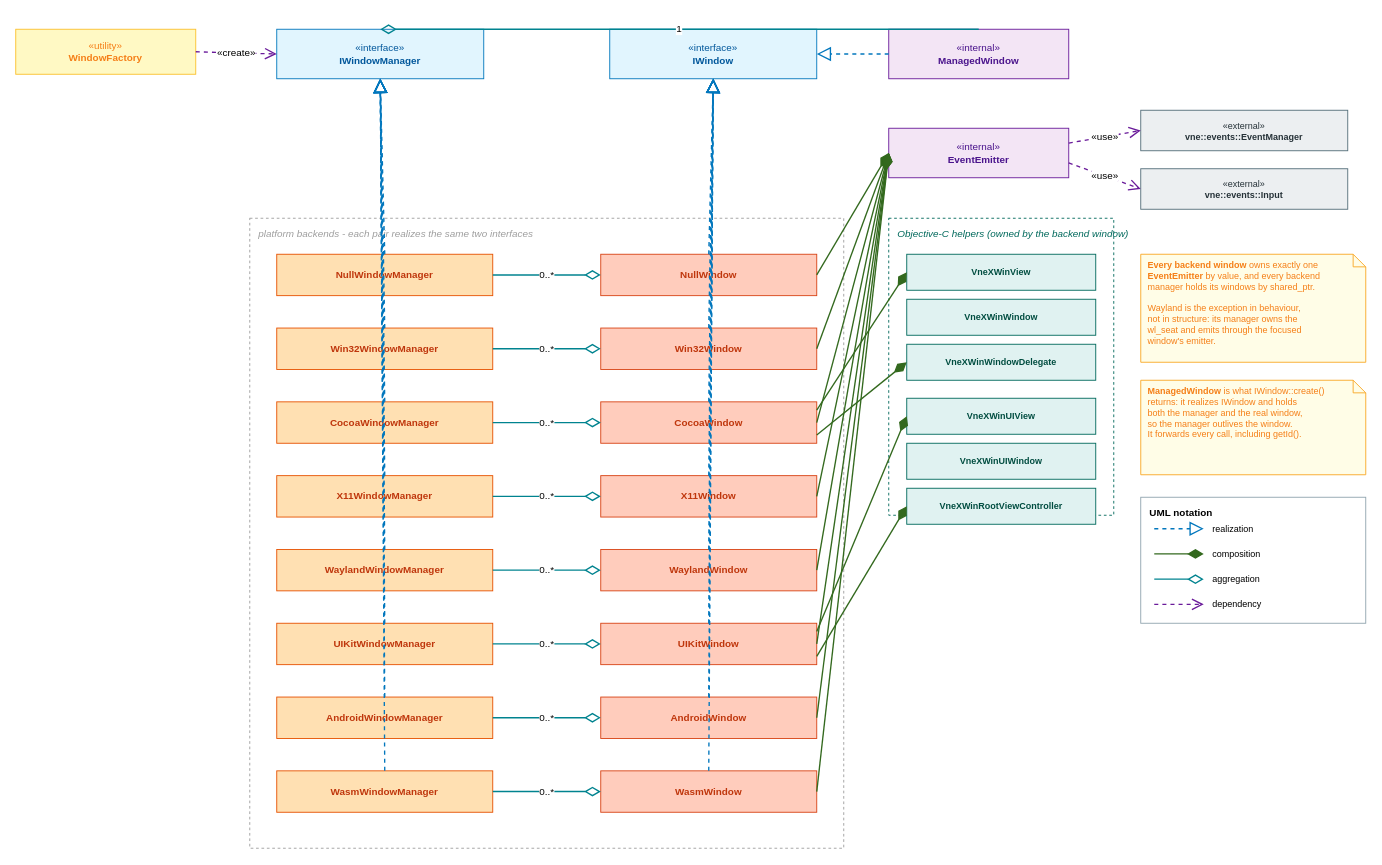
Earlier version of the draw.io diagram docs/vertexnova/xwin/diagrams/backend_classes.drawio (vertexnova/vnewindow). Source tidied: cells renumbered, new cells numbered last; positions are measured from the earlier drawing's top-left corner, leaving out a move shared by most shapes. Both pictures are drawn from the tidied source at 90%, with x=0, y=0 at pixel (15, 29).
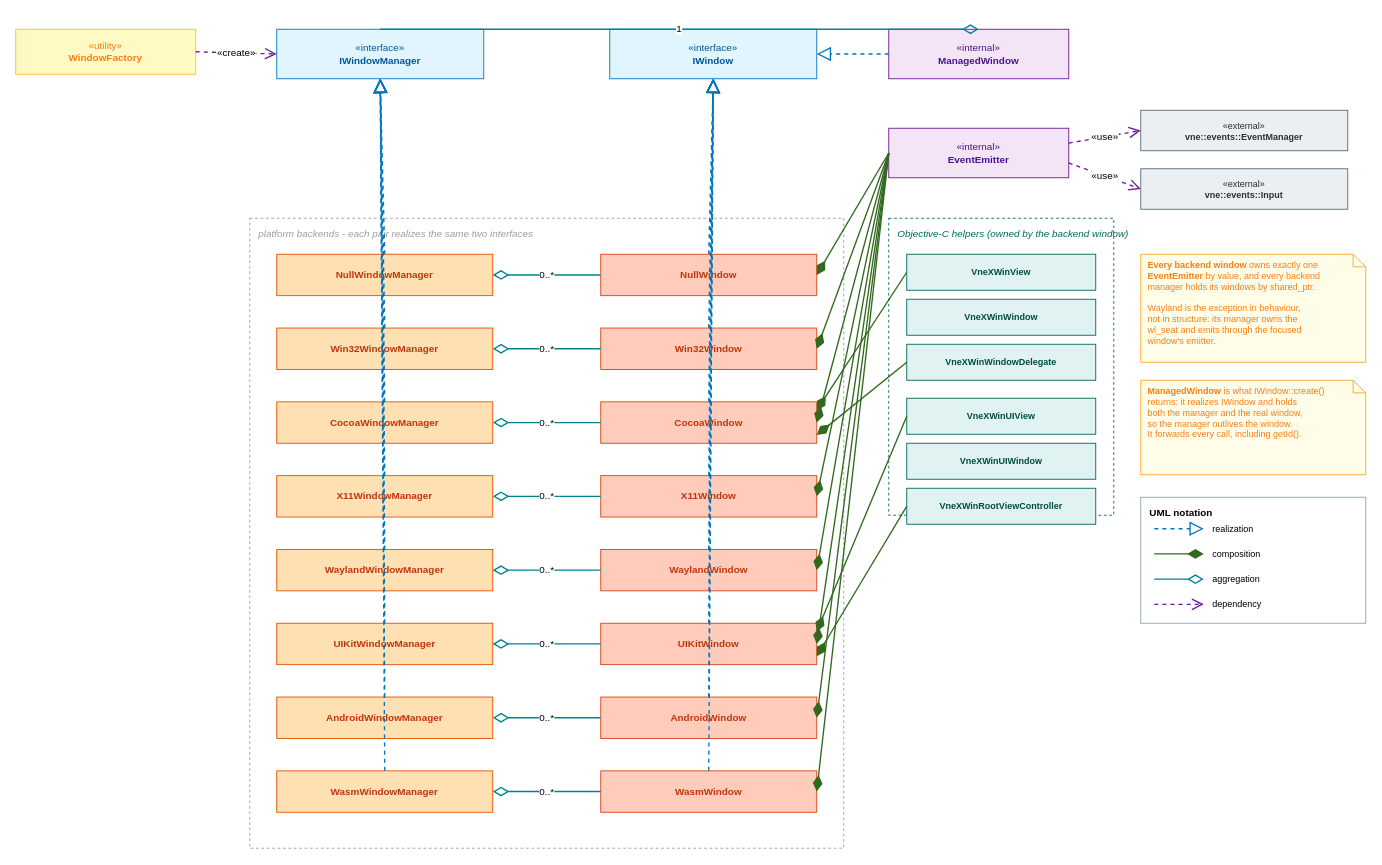
Above is the later version.

Commit message (it also covers changes not shown here):
fix(diagrams): update arrow styles and improve diagram clarity

Unchanged cells that the change refers to:
```xml
<mxCell id="3" value="&amp;#171;interface&amp;#187;&lt;br/&gt;&lt;b&gt;IWindowManager&lt;/b&gt;" style="html=1;whiteSpace=wrap;rounded=0;align=center;verticalAlign=middle;fontSize=11;fillColor=#e1f5fe;strokeColor=#0277bd;fontColor=#01579b;" parent="1" vertex="1">
  <mxGeometry x="290" width="230" height="55" as="geometry" />
</mxCell>
<mxCell id="5" value="&amp;#171;internal&amp;#187;&lt;br/&gt;&lt;b&gt;ManagedWindow&lt;/b&gt;" style="html=1;whiteSpace=wrap;rounded=0;align=center;verticalAlign=middle;fontSize=11;fillColor=#f3e5f5;strokeColor=#6a1b9a;fontColor=#4a148c;" parent="1" vertex="1">
  <mxGeometry x="970" width="200" height="55" as="geometry" />
</mxCell>
<mxCell id="6" value="&amp;#171;internal&amp;#187;&lt;br/&gt;&lt;b&gt;EventEmitter&lt;/b&gt;" style="html=1;whiteSpace=wrap;rounded=0;align=center;verticalAlign=middle;fontSize=11;fillColor=#f3e5f5;strokeColor=#6a1b9a;fontColor=#4a148c;" parent="1" vertex="1">
  <mxGeometry x="970" y="110" width="200" height="55" as="geometry" />
</mxCell>
<mxCell id="10" value="&lt;b&gt;NullWindowManager&lt;/b&gt;" style="html=1;whiteSpace=wrap;rounded=0;align=center;verticalAlign=middle;fontSize=11;fillColor=#ffe0b2;strokeColor=#e65100;fontColor=#bf360c;" parent="1" vertex="1">
  <mxGeometry x="290" y="250" width="240" height="46" as="geometry" />
</mxCell>
<mxCell id="11" value="&lt;b&gt;NullWindow&lt;/b&gt;" style="html=1;whiteSpace=wrap;rounded=0;align=center;verticalAlign=middle;fontSize=11;fillColor=#ffccbc;strokeColor=#d84315;fontColor=#bf360c;" parent="1" vertex="1">
  <mxGeometry x="650" y="250" width="240" height="46" as="geometry" />
</mxCell>
<mxCell id="16" value="&lt;b&gt;Win32WindowManager&lt;/b&gt;" style="html=1;whiteSpace=wrap;rounded=0;align=center;verticalAlign=middle;fontSize=11;fillColor=#ffe0b2;strokeColor=#e65100;fontColor=#bf360c;" parent="1" vertex="1">
  <mxGeometry x="290" y="332" width="240" height="46" as="geometry" />
</mxCell>
<mxCell id="17" value="&lt;b&gt;Win32Window&lt;/b&gt;" style="html=1;whiteSpace=wrap;rounded=0;align=center;verticalAlign=middle;fontSize=11;fillColor=#ffccbc;strokeColor=#d84315;fontColor=#bf360c;" parent="1" vertex="1">
  <mxGeometry x="650" y="332" width="240" height="46" as="geometry" />
</mxCell>
<mxCell id="22" value="&lt;b&gt;CocoaWindowManager&lt;/b&gt;" style="html=1;whiteSpace=wrap;rounded=0;align=center;verticalAlign=middle;fontSize=11;fillColor=#ffe0b2;strokeColor=#e65100;fontColor=#bf360c;" parent="1" vertex="1">
  <mxGeometry x="290" y="414" width="240" height="46" as="geometry" />
</mxCell>
<mxCell id="23" value="&lt;b&gt;CocoaWindow&lt;/b&gt;" style="html=1;whiteSpace=wrap;rounded=0;align=center;verticalAlign=middle;fontSize=11;fillColor=#ffccbc;strokeColor=#d84315;fontColor=#bf360c;" parent="1" vertex="1">
  <mxGeometry x="650" y="414" width="240" height="46" as="geometry" />
</mxCell>
<mxCell id="28" value="&lt;b&gt;X11WindowManager&lt;/b&gt;" style="html=1;whiteSpace=wrap;rounded=0;align=center;verticalAlign=middle;fontSize=11;fillColor=#ffe0b2;strokeColor=#e65100;fontColor=#bf360c;" parent="1" vertex="1">
  <mxGeometry x="290" y="496" width="240" height="46" as="geometry" />
</mxCell>
<mxCell id="29" value="&lt;b&gt;X11Window&lt;/b&gt;" style="html=1;whiteSpace=wrap;rounded=0;align=center;verticalAlign=middle;fontSize=11;fillColor=#ffccbc;strokeColor=#d84315;fontColor=#bf360c;" parent="1" vertex="1">
  <mxGeometry x="650" y="496" width="240" height="46" as="geometry" />
</mxCell>
<mxCell id="34" value="&lt;b&gt;WaylandWindowManager&lt;/b&gt;" style="html=1;whiteSpace=wrap;rounded=0;align=center;verticalAlign=middle;fontSize=11;fillColor=#ffe0b2;strokeColor=#e65100;fontColor=#bf360c;" parent="1" vertex="1">
  <mxGeometry x="290" y="578" width="240" height="46" as="geometry" />
</mxCell>
<mxCell id="35" value="&lt;b&gt;WaylandWindow&lt;/b&gt;" style="html=1;whiteSpace=wrap;rounded=0;align=center;verticalAlign=middle;fontSize=11;fillColor=#ffccbc;strokeColor=#d84315;fontColor=#bf360c;" parent="1" vertex="1">
  <mxGeometry x="650" y="578" width="240" height="46" as="geometry" />
</mxCell>
<mxCell id="40" value="&lt;b&gt;UIKitWindowManager&lt;/b&gt;" style="html=1;whiteSpace=wrap;rounded=0;align=center;verticalAlign=middle;fontSize=11;fillColor=#ffe0b2;strokeColor=#e65100;fontColor=#bf360c;" parent="1" vertex="1">
  <mxGeometry x="290" y="660" width="240" height="46" as="geometry" />
</mxCell>
<mxCell id="41" value="&lt;b&gt;UIKitWindow&lt;/b&gt;" style="html=1;whiteSpace=wrap;rounded=0;align=center;verticalAlign=middle;fontSize=11;fillColor=#ffccbc;strokeColor=#d84315;fontColor=#bf360c;" parent="1" vertex="1">
  <mxGeometry x="650" y="660" width="240" height="46" as="geometry" />
</mxCell>
<mxCell id="46" value="&lt;b&gt;AndroidWindowManager&lt;/b&gt;" style="html=1;whiteSpace=wrap;rounded=0;align=center;verticalAlign=middle;fontSize=11;fillColor=#ffe0b2;strokeColor=#e65100;fontColor=#bf360c;" parent="1" vertex="1">
  <mxGeometry x="290" y="742" width="240" height="46" as="geometry" />
</mxCell>
<mxCell id="47" value="&lt;b&gt;AndroidWindow&lt;/b&gt;" style="html=1;whiteSpace=wrap;rounded=0;align=center;verticalAlign=middle;fontSize=11;fillColor=#ffccbc;strokeColor=#d84315;fontColor=#bf360c;" parent="1" vertex="1">
  <mxGeometry x="650" y="742" width="240" height="46" as="geometry" />
</mxCell>
<mxCell id="52" value="&lt;b&gt;WasmWindowManager&lt;/b&gt;" style="html=1;whiteSpace=wrap;rounded=0;align=center;verticalAlign=middle;fontSize=11;fillColor=#ffe0b2;strokeColor=#e65100;fontColor=#bf360c;" parent="1" vertex="1">
  <mxGeometry x="290" y="824" width="240" height="46" as="geometry" />
</mxCell>
<mxCell id="53" value="&lt;b&gt;WasmWindow&lt;/b&gt;" style="html=1;whiteSpace=wrap;rounded=0;align=center;verticalAlign=middle;fontSize=11;fillColor=#ffccbc;strokeColor=#d84315;fontColor=#bf360c;" parent="1" vertex="1">
  <mxGeometry x="650" y="824" width="240" height="46" as="geometry" />
</mxCell>
<mxCell id="59" value="&lt;b&gt;VneXWinView&lt;/b&gt;" style="html=1;whiteSpace=wrap;rounded=0;align=center;verticalAlign=middle;fontSize=10;fillColor=#e0f2f1;strokeColor=#00695c;fontColor=#004d40;" parent="1" vertex="1">
  <mxGeometry x="990" y="250" width="210" height="40" as="geometry" />
</mxCell>
<mxCell id="61" value="&lt;b&gt;VneXWinWindowDelegate&lt;/b&gt;" style="html=1;whiteSpace=wrap;rounded=0;align=center;verticalAlign=middle;fontSize=10;fillColor=#e0f2f1;strokeColor=#00695c;fontColor=#004d40;" parent="1" vertex="1">
  <mxGeometry x="990" y="350" width="210" height="40" as="geometry" />
</mxCell>
<mxCell id="62" value="&lt;b&gt;VneXWinUIView&lt;/b&gt;" style="html=1;whiteSpace=wrap;rounded=0;align=center;verticalAlign=middle;fontSize=10;fillColor=#e0f2f1;strokeColor=#00695c;fontColor=#004d40;" parent="1" vertex="1">
  <mxGeometry x="990" y="410" width="210" height="40" as="geometry" />
</mxCell>
<mxCell id="64" value="&lt;b&gt;VneXWinRootViewController&lt;/b&gt;" style="html=1;whiteSpace=wrap;rounded=0;align=center;verticalAlign=middle;fontSize=10;fillColor=#e0f2f1;strokeColor=#00695c;fontColor=#004d40;" parent="1" vertex="1">
  <mxGeometry x="990" y="510" width="210" height="40" as="geometry" />
</mxCell>
```

The edit, as a diff of the source:
```diff
@@
-    <mxCell id="14" value="0..*" style="endArrow=diamondThin;endFill=0;endSize=14;html=1;strokeColor=#00838f;strokeWidth=1.5;exitX=1;exitY=0.5;exitDx=0;exitDy=0;entryX=0;entryY=0.5;entryDx=0;entryDy=0;" parent="1" edge="1" source="10" target="11">
+    <mxCell id="14" value="0..*" style="startArrow=diamondThin;startFill=0;startSize=14;endArrow=none;html=1;strokeColor=#00838f;strokeWidth=1.5;exitX=1;exitY=0.5;exitDx=0;exitDy=0;entryX=0;entryY=0.5;entryDx=0;entryDy=0;" parent="1" edge="1" source="10" target="11">
       <mxGeometry relative="1" as="geometry" />
     </mxCell>
-    <mxCell id="15" style="endArrow=diamondThin;endFill=1;endSize=14;html=1;strokeColor=#33691e;strokeWidth=1.5;exitX=1;exitY=0.5;exitDx=0;exitDy=0;entryX=0;entryY=0.5;entryDx=0;entryDy=0;" parent="1" edge="1" source="11" target="6">
+    <mxCell id="15" style="startArrow=diamondThin;startFill=1;startSize=14;endArrow=none;html=1;strokeColor=#33691e;strokeWidth=1.5;exitX=1;exitY=0.5;exitDx=0;exitDy=0;entryX=0;entryY=0.5;entryDx=0;entryDy=0;" parent="1" edge="1" source="11" target="6">
       <mxGeometry relative="1" as="geometry" />
     </mxCell>
@@
-    <mxCell id="20" value="0..*" style="endArrow=diamondThin;endFill=0;endSize=14;html=1;strokeColor=#00838f;strokeWidth=1.5;exitX=1;exitY=0.5;exitDx=0;exitDy=0;entryX=0;entryY=0.5;entryDx=0;entryDy=0;" parent="1" edge="1" source="16" target="17">
+    <mxCell id="20" value="0..*" style="startArrow=diamondThin;startFill=0;startSize=14;endArrow=none;html=1;strokeColor=#00838f;strokeWidth=1.5;exitX=1;exitY=0.5;exitDx=0;exitDy=0;entryX=0;entryY=0.5;entryDx=0;entryDy=0;" parent="1" edge="1" source="16" target="17">
       <mxGeometry relative="1" as="geometry" />
     </mxCell>
-    <mxCell id="21" style="endArrow=diamondThin;endFill=1;endSize=14;html=1;strokeColor=#33691e;strokeWidth=1.5;exitX=1;exitY=0.5;exitDx=0;exitDy=0;entryX=0;entryY=0.5;entryDx=0;entryDy=0;" parent="1" edge="1" source="17" target="6">
+    <mxCell id="21" style="startArrow=diamondThin;startFill=1;startSize=14;endArrow=none;html=1;strokeColor=#33691e;strokeWidth=1.5;exitX=1;exitY=0.5;exitDx=0;exitDy=0;entryX=0;entryY=0.5;entryDx=0;entryDy=0;" parent="1" edge="1" source="17" target="6">
       <mxGeometry relative="1" as="geometry" />
     </mxCell>
@@
-    <mxCell id="26" value="0..*" style="endArrow=diamondThin;endFill=0;endSize=14;html=1;strokeColor=#00838f;strokeWidth=1.5;exitX=1;exitY=0.5;exitDx=0;exitDy=0;entryX=0;entryY=0.5;entryDx=0;entryDy=0;" parent="1" edge="1" source="22" target="23">
+    <mxCell id="26" value="0..*" style="startArrow=diamondThin;startFill=0;startSize=14;endArrow=none;html=1;strokeColor=#00838f;strokeWidth=1.5;exitX=1;exitY=0.5;exitDx=0;exitDy=0;entryX=0;entryY=0.5;entryDx=0;entryDy=0;" parent="1" edge="1" source="22" target="23">
       <mxGeometry relative="1" as="geometry" />
     </mxCell>
-    <mxCell id="27" style="endArrow=diamondThin;endFill=1;endSize=14;html=1;strokeColor=#33691e;strokeWidth=1.5;exitX=1;exitY=0.5;exitDx=0;exitDy=0;entryX=0;entryY=0.5;entryDx=0;entryDy=0;" parent="1" edge="1" source="23" target="6">
+    <mxCell id="27" style="startArrow=diamondThin;startFill=1;startSize=14;endArrow=none;html=1;strokeColor=#33691e;strokeWidth=1.5;exitX=1;exitY=0.5;exitDx=0;exitDy=0;entryX=0;entryY=0.5;entryDx=0;entryDy=0;" parent="1" edge="1" source="23" target="6">
       <mxGeometry relative="1" as="geometry" />
     </mxCell>
@@
-    <mxCell id="32" value="0..*" style="endArrow=diamondThin;endFill=0;endSize=14;html=1;strokeColor=#00838f;strokeWidth=1.5;exitX=1;exitY=0.5;exitDx=0;exitDy=0;entryX=0;entryY=0.5;entryDx=0;entryDy=0;" parent="1" edge="1" source="28" target="29">
+    <mxCell id="32" value="0..*" style="startArrow=diamondThin;startFill=0;startSize=14;endArrow=none;html=1;strokeColor=#00838f;strokeWidth=1.5;exitX=1;exitY=0.5;exitDx=0;exitDy=0;entryX=0;entryY=0.5;entryDx=0;entryDy=0;" parent="1" edge="1" source="28" target="29">
       <mxGeometry relative="1" as="geometry" />
     </mxCell>
-    <mxCell id="33" style="endArrow=diamondThin;endFill=1;endSize=14;html=1;strokeColor=#33691e;strokeWidth=1.5;exitX=1;exitY=0.5;exitDx=0;exitDy=0;entryX=0;entryY=0.5;entryDx=0;entryDy=0;" parent="1" edge="1" source="29" target="6">
+    <mxCell id="33" style="startArrow=diamondThin;startFill=1;startSize=14;endArrow=none;html=1;strokeColor=#33691e;strokeWidth=1.5;exitX=1;exitY=0.5;exitDx=0;exitDy=0;entryX=0;entryY=0.5;entryDx=0;entryDy=0;" parent="1" edge="1" source="29" target="6">
       <mxGeometry relative="1" as="geometry" />
     </mxCell>
@@
-    <mxCell id="38" value="0..*" style="endArrow=diamondThin;endFill=0;endSize=14;html=1;strokeColor=#00838f;strokeWidth=1.5;exitX=1;exitY=0.5;exitDx=0;exitDy=0;entryX=0;entryY=0.5;entryDx=0;entryDy=0;" parent="1" edge="1" source="34" target="35">
+    <mxCell id="38" value="0..*" style="startArrow=diamondThin;startFill=0;startSize=14;endArrow=none;html=1;strokeColor=#00838f;strokeWidth=1.5;exitX=1;exitY=0.5;exitDx=0;exitDy=0;entryX=0;entryY=0.5;entryDx=0;entryDy=0;" parent="1" edge="1" source="34" target="35">
       <mxGeometry relative="1" as="geometry" />
     </mxCell>
-    <mxCell id="39" style="endArrow=diamondThin;endFill=1;endSize=14;html=1;strokeColor=#33691e;strokeWidth=1.5;exitX=1;exitY=0.5;exitDx=0;exitDy=0;entryX=0;entryY=0.5;entryDx=0;entryDy=0;" parent="1" edge="1" source="35" target="6">
+    <mxCell id="39" style="startArrow=diamondThin;startFill=1;startSize=14;endArrow=none;html=1;strokeColor=#33691e;strokeWidth=1.5;exitX=1;exitY=0.5;exitDx=0;exitDy=0;entryX=0;entryY=0.5;entryDx=0;entryDy=0;" parent="1" edge="1" source="35" target="6">
       <mxGeometry relative="1" as="geometry" />
     </mxCell>
@@
-    <mxCell id="44" value="0..*" style="endArrow=diamondThin;endFill=0;endSize=14;html=1;strokeColor=#00838f;strokeWidth=1.5;exitX=1;exitY=0.5;exitDx=0;exitDy=0;entryX=0;entryY=0.5;entryDx=0;entryDy=0;" parent="1" edge="1" source="40" target="41">
+    <mxCell id="44" value="0..*" style="startArrow=diamondThin;startFill=0;startSize=14;endArrow=none;html=1;strokeColor=#00838f;strokeWidth=1.5;exitX=1;exitY=0.5;exitDx=0;exitDy=0;entryX=0;entryY=0.5;entryDx=0;entryDy=0;" parent="1" edge="1" source="40" target="41">
       <mxGeometry relative="1" as="geometry" />
     </mxCell>
-    <mxCell id="45" style="endArrow=diamondThin;endFill=1;endSize=14;html=1;strokeColor=#33691e;strokeWidth=1.5;exitX=1;exitY=0.5;exitDx=0;exitDy=0;entryX=0;entryY=0.5;entryDx=0;entryDy=0;" parent="1" edge="1" source="41" target="6">
+    <mxCell id="45" style="startArrow=diamondThin;startFill=1;startSize=14;endArrow=none;html=1;strokeColor=#33691e;strokeWidth=1.5;exitX=1;exitY=0.5;exitDx=0;exitDy=0;entryX=0;entryY=0.5;entryDx=0;entryDy=0;" parent="1" edge="1" source="41" target="6">
       <mxGeometry relative="1" as="geometry" />
     </mxCell>
@@
-    <mxCell id="50" value="0..*" style="endArrow=diamondThin;endFill=0;endSize=14;html=1;strokeColor=#00838f;strokeWidth=1.5;exitX=1;exitY=0.5;exitDx=0;exitDy=0;entryX=0;entryY=0.5;entryDx=0;entryDy=0;" parent="1" edge="1" source="46" target="47">
+    <mxCell id="50" value="0..*" style="startArrow=diamondThin;startFill=0;startSize=14;endArrow=none;html=1;strokeColor=#00838f;strokeWidth=1.5;exitX=1;exitY=0.5;exitDx=0;exitDy=0;entryX=0;entryY=0.5;entryDx=0;entryDy=0;" parent="1" edge="1" source="46" target="47">
       <mxGeometry relative="1" as="geometry" />
     </mxCell>
-    <mxCell id="51" style="endArrow=diamondThin;endFill=1;endSize=14;html=1;strokeColor=#33691e;strokeWidth=1.5;exitX=1;exitY=0.5;exitDx=0;exitDy=0;entryX=0;entryY=0.5;entryDx=0;entryDy=0;" parent="1" edge="1" source="47" target="6">
+    <mxCell id="51" style="startArrow=diamondThin;startFill=1;startSize=14;endArrow=none;html=1;strokeColor=#33691e;strokeWidth=1.5;exitX=1;exitY=0.5;exitDx=0;exitDy=0;entryX=0;entryY=0.5;entryDx=0;entryDy=0;" parent="1" edge="1" source="47" target="6">
       <mxGeometry relative="1" as="geometry" />
     </mxCell>
@@
-    <mxCell id="56" value="0..*" style="endArrow=diamondThin;endFill=0;endSize=14;html=1;strokeColor=#00838f;strokeWidth=1.5;exitX=1;exitY=0.5;exitDx=0;exitDy=0;entryX=0;entryY=0.5;entryDx=0;entryDy=0;" parent="1" edge="1" source="52" target="53">
+    <mxCell id="56" value="0..*" style="startArrow=diamondThin;startFill=0;startSize=14;endArrow=none;html=1;strokeColor=#00838f;strokeWidth=1.5;exitX=1;exitY=0.5;exitDx=0;exitDy=0;entryX=0;entryY=0.5;entryDx=0;entryDy=0;" parent="1" edge="1" source="52" target="53">
       <mxGeometry relative="1" as="geometry" />
     </mxCell>
-    <mxCell id="57" style="endArrow=diamondThin;endFill=1;endSize=14;html=1;strokeColor=#33691e;strokeWidth=1.5;exitX=1;exitY=0.5;exitDx=0;exitDy=0;entryX=0;entryY=0.5;entryDx=0;entryDy=0;" parent="1" edge="1" source="53" target="6">
+    <mxCell id="57" style="startArrow=diamondThin;startFill=1;startSize=14;endArrow=none;html=1;strokeColor=#33691e;strokeWidth=1.5;exitX=1;exitY=0.5;exitDx=0;exitDy=0;entryX=0;entryY=0.5;entryDx=0;entryDy=0;" parent="1" edge="1" source="53" target="6">
       <mxGeometry relative="1" as="geometry" />
     </mxCell>
@@
-    <mxCell id="65" style="endArrow=diamondThin;endFill=1;endSize=14;html=1;strokeColor=#33691e;strokeWidth=1.5;exitX=1;exitY=0.2;exitDx=0;exitDy=0;entryX=0;entryY=0.5;entryDx=0;entryDy=0;" parent="1" edge="1" source="23" target="59">
+    <mxCell id="65" style="startArrow=diamondThin;startFill=1;startSize=14;endArrow=none;html=1;strokeColor=#33691e;strokeWidth=1.5;exitX=1;exitY=0.2;exitDx=0;exitDy=0;entryX=0;entryY=0.5;entryDx=0;entryDy=0;" parent="1" edge="1" source="23" target="59">
       <mxGeometry relative="1" as="geometry" />
     </mxCell>
-    <mxCell id="66" style="endArrow=diamondThin;endFill=1;endSize=14;html=1;strokeColor=#33691e;strokeWidth=1.5;exitX=1;exitY=0.8;exitDx=0;exitDy=0;entryX=0;entryY=0.5;entryDx=0;entryDy=0;" parent="1" edge="1" source="23" target="61">
+    <mxCell id="66" style="startArrow=diamondThin;startFill=1;startSize=14;endArrow=none;html=1;strokeColor=#33691e;strokeWidth=1.5;exitX=1;exitY=0.8;exitDx=0;exitDy=0;entryX=0;entryY=0.5;entryDx=0;entryDy=0;" parent="1" edge="1" source="23" target="61">
       <mxGeometry relative="1" as="geometry" />
     </mxCell>
-    <mxCell id="67" style="endArrow=diamondThin;endFill=1;endSize=14;html=1;strokeColor=#33691e;strokeWidth=1.5;exitX=1;exitY=0.2;exitDx=0;exitDy=0;entryX=0;entryY=0.5;entryDx=0;entryDy=0;" parent="1" edge="1" source="41" target="62">
+    <mxCell id="67" style="startArrow=diamondThin;startFill=1;startSize=14;endArrow=none;html=1;strokeColor=#33691e;strokeWidth=1.5;exitX=1;exitY=0.2;exitDx=0;exitDy=0;entryX=0;entryY=0.5;entryDx=0;entryDy=0;" parent="1" edge="1" source="41" target="62">
       <mxGeometry relative="1" as="geometry" />
     </mxCell>
-    <mxCell id="68" style="endArrow=diamondThin;endFill=1;endSize=14;html=1;strokeColor=#33691e;strokeWidth=1.5;exitX=1;exitY=0.8;exitDx=0;exitDy=0;entryX=0;entryY=0.5;entryDx=0;entryDy=0;" parent="1" edge="1" source="41" target="64">
+    <mxCell id="68" style="startArrow=diamondThin;startFill=1;startSize=14;endArrow=none;html=1;strokeColor=#33691e;strokeWidth=1.5;exitX=1;exitY=0.8;exitDx=0;exitDy=0;entryX=0;entryY=0.5;entryDx=0;entryDy=0;" parent="1" edge="1" source="41" target="64">
       <mxGeometry relative="1" as="geometry" />
     </mxCell>
@@
-    <mxCell id="71" value="1" style="endArrow=diamondThin;endFill=0;endSize=14;html=1;strokeColor=#00838f;strokeWidth=1.5;exitX=0.5;exitY=0;exitDx=0;exitDy=0;entryX=0.5;entryY=0;entryDx=0;entryDy=0;" parent="1" edge="1" source="5" target="3">
+    <mxCell id="71" value="1" style="startArrow=diamondThin;startFill=0;startSize=14;endArrow=none;html=1;strokeColor=#00838f;strokeWidth=1.5;exitX=0.5;exitY=0;exitDx=0;exitDy=0;entryX=0.5;entryY=0;entryDx=0;entryDy=0;" parent="1" edge="1" source="5" target="3">
       <mxGeometry relative="1" as="geometry" />
     </mxCell>
```
